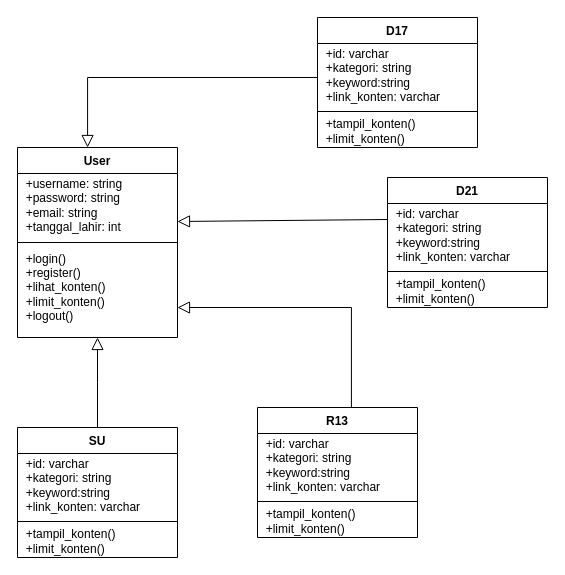
This is Class Diagram.drawio from abdraiin/Sistem-Rekomendasi-Konten, a draw.io file, before an edit. Source tidied: cells renumbered, new cells numbered last; positions are measured from the earlier drawing's top-left corner, leaving out a move shared by most shapes. Both pictures are drawn from the tidied source at 100%, with x=0, y=0 at pixel (17, 17).
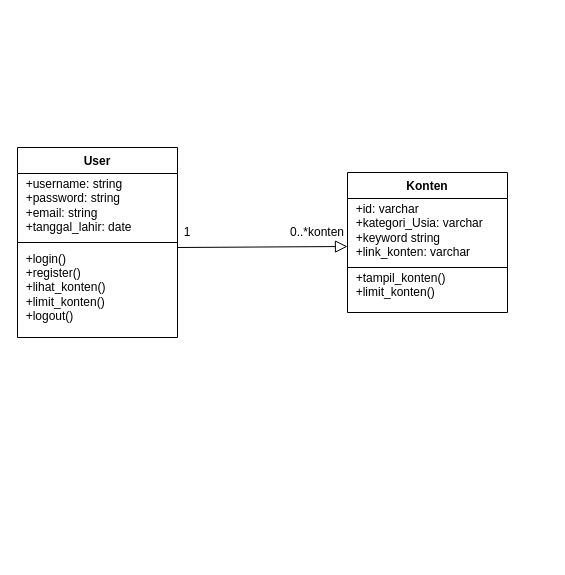
The same diagram, later.

The change refers to these unchanged cells:
```xml
<mxCell id="2" value="User" style="swimlane;fontStyle=1;align=center;verticalAlign=top;horizontal=1;startSize=26;rounded=0;shadow=0;strokeWidth=1;" parent="1" vertex="1">
  <mxGeometry y="130" width="160" height="190" as="geometry" />
</mxCell>
<mxCell id="5" value="&amp;nbsp; +login()&lt;div&gt;&amp;nbsp; +register()&lt;/div&gt;&lt;div&gt;&amp;nbsp; +lihat_konten()&lt;/div&gt;&lt;div&gt;&amp;nbsp; +limit_konten()&lt;/div&gt;&lt;div&gt;&amp;nbsp; +logout()&lt;/div&gt;" style="text;html=1;whiteSpace=wrap;strokeColor=none;fillColor=none;align=left;verticalAlign=middle;rounded=0;" parent="2" vertex="1">
  <mxGeometry y="100" width="160" height="80" as="geometry" />
</mxCell>
```

Diff of the diagram source:
```diff
@@
-    <mxCell id="3" value="&amp;nbsp; +username: string&lt;div&gt;&amp;nbsp; +password: string&lt;/div&gt;&lt;div&gt;&amp;nbsp; +email: string&lt;/div&gt;&lt;div&gt;&amp;nbsp; +tanggal_lahir: int&lt;/div&gt;" style="text;html=1;whiteSpace=wrap;strokeColor=none;fillColor=none;align=left;verticalAlign=middle;rounded=0;" parent="2" vertex="1">
+    <mxCell id="3" value="&amp;nbsp; +username: string&lt;div&gt;&amp;nbsp; +password: string&lt;/div&gt;&lt;div&gt;&amp;nbsp; +email: string&lt;/div&gt;&lt;div&gt;&amp;nbsp; +tanggal_lahir: date&lt;/div&gt;" style="text;html=1;whiteSpace=wrap;strokeColor=none;fillColor=none;align=left;verticalAlign=middle;rounded=0;" parent="2" vertex="1">
       <mxGeometry y="26" width="160" height="64" as="geometry" />
     </mxCell>
@@
-    <mxCell id="6" value="SU" style="swimlane;fontStyle=1;align=center;verticalAlign=top;horizontal=1;startSize=26;rounded=0;shadow=0;strokeWidth=1;" parent="1" vertex="1">
-      <mxGeometry y="410" width="160" height="130" as="geometry" />
-    </mxCell>
-    <mxCell id="7" value="&amp;nbsp; +id: varchar&lt;div&gt;&amp;nbsp; +kategori: string&lt;/div&gt;&lt;div&gt;&amp;nbsp; +keyword:string&lt;/div&gt;&lt;div&gt;&amp;nbsp; +link_konten: varchar&lt;/div&gt;" style="text;html=1;whiteSpace=wrap;strokeColor=none;fillColor=none;align=left;verticalAlign=middle;rounded=0;" parent="6" vertex="1">
-      <mxGeometry y="26" width="160" height="64" as="geometry" />
-    </mxCell>
-    <mxCell id="8" style="line;html=1;strokeWidth=1;align=left;verticalAlign=middle;spacingTop=-1;spacingLeft=3;spacingRight=3;labelPosition=right;" parent="6" vertex="1">
-      <mxGeometry y="90" width="160" height="8" as="geometry" />
-    </mxCell>
-    <mxCell id="9" value="&amp;nbsp; +tampil_konten()&lt;br&gt;&lt;div&gt;&amp;nbsp; +limit_konten()&lt;/div&gt;" style="text;html=1;whiteSpace=wrap;strokeColor=none;fillColor=none;align=left;verticalAlign=middle;rounded=0;" parent="6" vertex="1">
-      <mxGeometry y="98" width="160" height="32" as="geometry" />
-    </mxCell>
-    <mxCell id="10" style="endArrow=block;endSize=10;endFill=0;shadow=0;strokeWidth=1;rounded=0;curved=0;edgeStyle=elbowEdgeStyle;elbow=vertical;" parent="1" edge="1" source="6" target="2">
-      <mxGeometry relative="1" as="geometry" />
-    </mxCell>
-    <mxCell id="11" value="R13" style="swimlane;fontStyle=1;align=center;verticalAlign=top;horizontal=1;startSize=26;rounded=0;shadow=0;strokeWidth=1;" parent="1" vertex="1">
-      <mxGeometry x="240" y="390" width="160" height="130" as="geometry" />
-    </mxCell>
-    <mxCell id="12" value="&amp;nbsp; +id: varchar&lt;div&gt;&amp;nbsp; +kategori: string&lt;/div&gt;&lt;div&gt;&amp;nbsp; +keyword:string&lt;/div&gt;&lt;div&gt;&amp;nbsp; +link_konten: varchar&lt;/div&gt;" style="text;html=1;whiteSpace=wrap;strokeColor=none;fillColor=none;align=left;verticalAlign=middle;rounded=0;" parent="11" vertex="1">
-      <mxGeometry y="26" width="160" height="64" as="geometry" />
-    </mxCell>
-    <mxCell id="13" style="line;html=1;strokeWidth=1;align=left;verticalAlign=middle;spacingTop=-1;spacingLeft=3;spacingRight=3;labelPosition=right;" parent="11" vertex="1">
-      <mxGeometry y="90" width="160" height="8" as="geometry" />
-    </mxCell>
-    <mxCell id="14" value="&amp;nbsp; +tampil_konten()&lt;br&gt;&lt;div&gt;&amp;nbsp; +limit_konten()&lt;/div&gt;" style="text;html=1;whiteSpace=wrap;strokeColor=none;fillColor=none;align=left;verticalAlign=middle;rounded=0;" parent="11" vertex="1">
-      <mxGeometry y="98" width="160" height="32" as="geometry" />
-    </mxCell>
-    <mxCell id="15" style="endArrow=block;endSize=10;endFill=0;shadow=0;strokeWidth=1;rounded=0;curved=0;edgeStyle=elbowEdgeStyle;elbow=vertical;exitX=0.587;exitY=0;exitDx=0;exitDy=0;exitPerimeter=0;entryX=1;entryY=0.75;entryDx=0;entryDy=0;" parent="1" edge="1" source="11" target="5">
-      <mxGeometry relative="1" as="geometry">
-        <Array as="points">
-          <mxPoint x="300" y="290" />
-        </Array>
-      </mxGeometry>
-    </mxCell>
-    <mxCell id="16" value="D17" style="swimlane;fontStyle=1;align=center;verticalAlign=top;horizontal=1;startSize=26;rounded=0;shadow=0;strokeWidth=1;" parent="1" vertex="1">
-      <mxGeometry x="300" width="160" height="130" as="geometry" />
-    </mxCell>
-    <mxCell id="17" value="&amp;nbsp; +id: varchar&lt;div&gt;&amp;nbsp; +kategori: string&lt;/div&gt;&lt;div&gt;&amp;nbsp; +keyword:string&lt;/div&gt;&lt;div&gt;&amp;nbsp; +link_konten: varchar&lt;/div&gt;" style="text;html=1;whiteSpace=wrap;strokeColor=none;fillColor=none;align=left;verticalAlign=middle;rounded=0;" parent="16" vertex="1">
-      <mxGeometry y="26" width="160" height="64" as="geometry" />
-    </mxCell>
-    <mxCell id="18" style="line;html=1;strokeWidth=1;align=left;verticalAlign=middle;spacingTop=-1;spacingLeft=3;spacingRight=3;labelPosition=right;" parent="16" vertex="1">
-      <mxGeometry y="90" width="160" height="8" as="geometry" />
-    </mxCell>
-    <mxCell id="19" value="&amp;nbsp; +tampil_konten()&lt;br&gt;&lt;div&gt;&amp;nbsp; +limit_konten()&lt;/div&gt;" style="text;html=1;whiteSpace=wrap;strokeColor=none;fillColor=none;align=left;verticalAlign=middle;rounded=0;" parent="16" vertex="1">
-      <mxGeometry y="98" width="160" height="32" as="geometry" />
-    </mxCell>
-    <mxCell id="20" style="endArrow=block;endSize=10;endFill=0;shadow=0;strokeWidth=1;rounded=0;curved=0;edgeStyle=elbowEdgeStyle;elbow=vertical;entryX=0.438;entryY=0;entryDx=0;entryDy=0;entryPerimeter=0;exitX=0;exitY=0.5;exitDx=0;exitDy=0;" parent="1" edge="1" source="17" target="2">
-      <mxGeometry relative="1" as="geometry">
-        <Array as="points">
-          <mxPoint x="191.7" y="60" />
-        </Array>
-      </mxGeometry>
-    </mxCell>
-    <mxCell id="21" value="D21" style="swimlane;fontStyle=1;align=center;verticalAlign=top;horizontal=1;startSize=26;rounded=0;shadow=0;strokeWidth=1;" parent="1" vertex="1">
-      <mxGeometry x="370" y="160" width="160" height="130" as="geometry" />
-    </mxCell>
-    <mxCell id="22" value="&amp;nbsp; +id: varchar&lt;div&gt;&amp;nbsp; +kategori: string&lt;/div&gt;&lt;div&gt;&amp;nbsp; +keyword:string&lt;/div&gt;&lt;div&gt;&amp;nbsp; +link_konten: varchar&lt;/div&gt;" style="text;html=1;whiteSpace=wrap;strokeColor=none;fillColor=none;align=left;verticalAlign=middle;rounded=0;" parent="21" vertex="1">
-      <mxGeometry y="26" width="160" height="64" as="geometry" />
-    </mxCell>
-    <mxCell id="23" style="line;html=1;strokeWidth=1;align=left;verticalAlign=middle;spacingTop=-1;spacingLeft=3;spacingRight=3;labelPosition=right;" parent="21" vertex="1">
-      <mxGeometry y="90" width="160" height="8" as="geometry" />
-    </mxCell>
-    <mxCell id="24" value="&amp;nbsp; +tampil_konten()&lt;br&gt;&lt;div&gt;&amp;nbsp; +limit_konten()&lt;/div&gt;" style="text;html=1;whiteSpace=wrap;strokeColor=none;fillColor=none;align=left;verticalAlign=middle;rounded=0;" parent="21" vertex="1">
-      <mxGeometry y="98" width="160" height="32" as="geometry" />
-    </mxCell>
-    <mxCell id="25" style="endArrow=block;endSize=10;endFill=0;shadow=0;strokeWidth=1;rounded=0;elbow=vertical;exitX=0;exitY=0.25;exitDx=0;exitDy=0;entryX=1;entryY=0.75;entryDx=0;entryDy=0;" parent="1" edge="1" source="22" target="3">
-      <mxGeometry relative="1" as="geometry" />
-    </mxCell>
+    <mxCell id="26" value="Konten" style="swimlane;fontStyle=1;align=center;verticalAlign=top;horizontal=1;startSize=26;rounded=0;shadow=0;strokeWidth=1;" parent="1" vertex="1">
+      <mxGeometry x="330" y="155" width="160" height="140" as="geometry" />
+    </mxCell>
+    <mxCell id="27" value="&amp;nbsp; +id: varchar&lt;div&gt;&amp;nbsp; +kategori_Usia: varchar&lt;/div&gt;&lt;div&gt;&amp;nbsp; +keyword string&lt;/div&gt;&lt;div&gt;&amp;nbsp; +link_konten: varchar&lt;/div&gt;" style="text;html=1;whiteSpace=wrap;strokeColor=none;fillColor=none;align=left;verticalAlign=middle;rounded=0;" parent="26" vertex="1">
+      <mxGeometry y="26" width="160" height="64" as="geometry" />
+    </mxCell>
+    <mxCell id="28" style="line;html=1;strokeWidth=1;align=left;verticalAlign=middle;spacingTop=-1;spacingLeft=3;spacingRight=3;labelPosition=right;" parent="26" vertex="1">
+      <mxGeometry y="90" width="160" height="10" as="geometry" />
+    </mxCell>
+    <mxCell id="29" value="&amp;nbsp; +tampil_konten()&lt;div&gt;&amp;nbsp; +limit_konten()&lt;/div&gt;&lt;div&gt;&lt;br&gt;&lt;/div&gt;" style="text;html=1;whiteSpace=wrap;strokeColor=none;fillColor=none;align=left;verticalAlign=middle;rounded=0;" parent="26" vertex="1">
+      <mxGeometry y="100" width="160" height="40" as="geometry" />
+    </mxCell>
+    <mxCell id="30" style="endArrow=block;endSize=10;endFill=0;shadow=0;strokeWidth=1;rounded=0;elbow=vertical;exitX=1;exitY=0;exitDx=0;exitDy=0;entryX=0;entryY=0.75;entryDx=0;entryDy=0;" parent="1" edge="1" source="5" target="27">
+      <mxGeometry relative="1" as="geometry" />
+    </mxCell>
+    <mxCell id="31" value="1" style="text;html=1;whiteSpace=wrap;strokeColor=none;fillColor=none;align=center;verticalAlign=middle;rounded=0;" parent="1" vertex="1">
+      <mxGeometry x="140" y="200" width="60" height="30" as="geometry" />
+    </mxCell>
+    <mxCell id="32" value="0..*konten" style="text;html=1;whiteSpace=wrap;strokeColor=none;fillColor=none;align=center;verticalAlign=middle;rounded=0;" parent="1" vertex="1">
+      <mxGeometry x="270" y="200" width="60" height="30" as="geometry" />
+    </mxCell>
```
